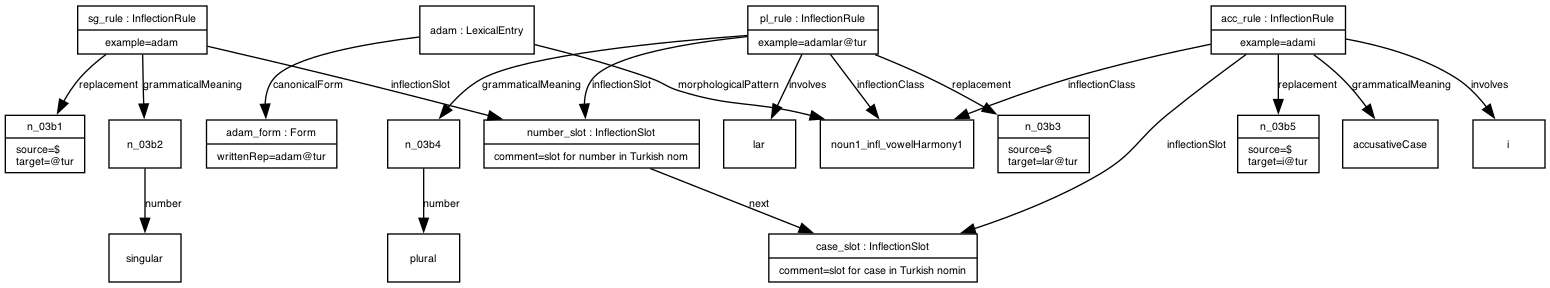
Before: examples/example_14.png, a diagram exported from Graphviz (ontolex/morph). Its source is kept beside it as examples/example_14.dot. Source of this version:
```dot
digraph G {
  fontname = "Bitstream Vera Sans"
    fontsize = 8

    node [
      fontname = "Bitstream Vera Sans"
      fontsize = 8
      shape = "record"
    ]

    edge [
      fontname = "Bitstream Vera Sans"
      fontsize = 8
    ]

adam_form [ label="{adam_form : Form|writtenRep=adam@tur}" ]
adam -> adam_form [ label="canonicalForm" ]
noun1_infl_vowelHarmony1 [ label="{noun1_infl_vowelHarmony1}" ]
adam -> noun1_infl_vowelHarmony1 [ label="morphologicalPattern" ]
adam [ label="{adam : LexicalEntry}" ]
n_03b1 [ label="{n_03b1|source=$\ltarget=@tur}" ]
sg_rule -> n_03b1 [ label="replacement" ]
singular [ label="{singular}" ]
n_03b2 -> singular [ label="number" ]
n_03b2 [ label="{n_03b2}" ]
sg_rule -> n_03b2 [ label="grammaticalMeaning" ]
case_slot [ label="{case_slot : InflectionSlot|comment=slot for case in Turkish nomin}" ]
number_slot -> case_slot [ label="next" ]
number_slot [ label="{number_slot : InflectionSlot|comment=slot for number in Turkish nom}" ]
sg_rule -> number_slot [ label="inflectionSlot" ]
sg_rule [ label="{sg_rule : InflectionRule|example=adam}" ]
n_03b5 [ label="{n_03b5|source=$\ltarget=i@tur}" ]
acc_rule -> n_03b5 [ label="replacement" ]
acc_rule -> noun1_infl_vowelHarmony1 [ label="inflectionClass" ]
accusativeCase [ label="{accusativeCase}" ]
acc_rule -> accusativeCase [ label="grammaticalMeaning" ]
i [ label="{i}" ]
acc_rule -> i [ label="involves" ]
acc_rule -> case_slot [ label="inflectionSlot" ]
acc_rule [ label="{acc_rule : InflectionRule|example=adami}" ]
n_03b3 [ label="{n_03b3|source=$\ltarget=lar@tur}" ]
pl_rule -> n_03b3 [ label="replacement" ]
pl_rule -> noun1_infl_vowelHarmony1 [ label="inflectionClass" ]
plural [ label="{plural}" ]
n_03b4 -> plural [ label="number" ]
n_03b4 [ label="{n_03b4}" ]
pl_rule -> n_03b4 [ label="grammaticalMeaning" ]
lar [ label="{lar}" ]
pl_rule -> lar [ label="involves" ]
pl_rule -> number_slot [ label="inflectionSlot" ]
pl_rule [ label="{pl_rule : InflectionRule|example=adamlar@tur}" ]
}
```
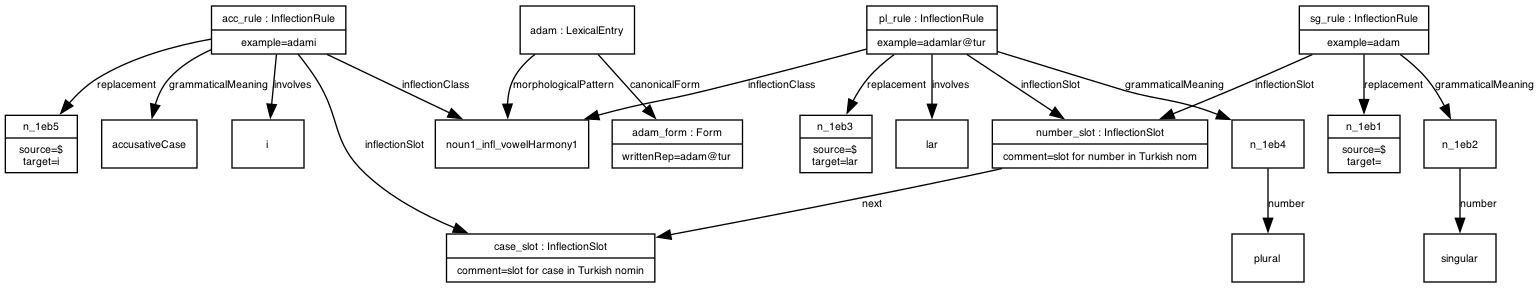
The same file after the commit.

Commit message:
Removed language tags from morph:source and morph:target in examples, added an explanation of that choice; removed an ambigious term "Tabular" to a morph:example definition. Fixes #61 and fixes #56

What changed in the source:
```diff
@@ -13,38 +13,38 @@
       fontsize = 8
     ]
 
-adam_form [ label="{adam_form : Form|writtenRep=adam@tur}" ]
-adam -> adam_form [ label="canonicalForm" ]
+n_1eb5 [ label="{n_1eb5|source=$\ntarget=i}" ]
+acc_rule -> n_1eb5 [ label="replacement" ]
 noun1_infl_vowelHarmony1 [ label="{noun1_infl_vowelHarmony1}" ]
-adam -> noun1_infl_vowelHarmony1 [ label="morphologicalPattern" ]
-adam [ label="{adam : LexicalEntry}" ]
-n_03b1 [ label="{n_03b1|source=$\ltarget=@tur}" ]
-sg_rule -> n_03b1 [ label="replacement" ]
-singular [ label="{singular}" ]
-n_03b2 -> singular [ label="number" ]
-n_03b2 [ label="{n_03b2}" ]
-sg_rule -> n_03b2 [ label="grammaticalMeaning" ]
-case_slot [ label="{case_slot : InflectionSlot|comment=slot for case in Turkish nomin}" ]
-number_slot -> case_slot [ label="next" ]
-number_slot [ label="{number_slot : InflectionSlot|comment=slot for number in Turkish nom}" ]
-sg_rule -> number_slot [ label="inflectionSlot" ]
-sg_rule [ label="{sg_rule : InflectionRule|example=adam}" ]
-n_03b5 [ label="{n_03b5|source=$\ltarget=i@tur}" ]
-acc_rule -> n_03b5 [ label="replacement" ]
 acc_rule -> noun1_infl_vowelHarmony1 [ label="inflectionClass" ]
 accusativeCase [ label="{accusativeCase}" ]
 acc_rule -> accusativeCase [ label="grammaticalMeaning" ]
 i [ label="{i}" ]
 acc_rule -> i [ label="involves" ]
+case_slot [ label="{case_slot : InflectionSlot|comment=slot for case in Turkish nomin}" ]
 acc_rule -> case_slot [ label="inflectionSlot" ]
 acc_rule [ label="{acc_rule : InflectionRule|example=adami}" ]
-n_03b3 [ label="{n_03b3|source=$\ltarget=lar@tur}" ]
-pl_rule -> n_03b3 [ label="replacement" ]
+n_1eb1 [ label="{n_1eb1|source=$\ntarget=}" ]
+sg_rule -> n_1eb1 [ label="replacement" ]
+singular [ label="{singular}" ]
+n_1eb2 -> singular [ label="number" ]
+n_1eb2 [ label="{n_1eb2}" ]
+sg_rule -> n_1eb2 [ label="grammaticalMeaning" ]
+number_slot -> case_slot [ label="next" ]
+number_slot [ label="{number_slot : InflectionSlot|comment=slot for number in Turkish nom}" ]
+sg_rule -> number_slot [ label="inflectionSlot" ]
+sg_rule [ label="{sg_rule : InflectionRule|example=adam}" ]
+adam_form [ label="{adam_form : Form|writtenRep=adam@tur}" ]
+adam -> adam_form [ label="canonicalForm" ]
+adam -> noun1_infl_vowelHarmony1 [ label="morphologicalPattern" ]
+adam [ label="{adam : LexicalEntry}" ]
+n_1eb3 [ label="{n_1eb3|source=$\ntarget=lar}" ]
+pl_rule -> n_1eb3 [ label="replacement" ]
 pl_rule -> noun1_infl_vowelHarmony1 [ label="inflectionClass" ]
 plural [ label="{plural}" ]
-n_03b4 -> plural [ label="number" ]
-n_03b4 [ label="{n_03b4}" ]
-pl_rule -> n_03b4 [ label="grammaticalMeaning" ]
+n_1eb4 -> plural [ label="number" ]
+n_1eb4 [ label="{n_1eb4}" ]
+pl_rule -> n_1eb4 [ label="grammaticalMeaning" ]
 lar [ label="{lar}" ]
 pl_rule -> lar [ label="involves" ]
 pl_rule -> number_slot [ label="inflectionSlot" ]
```
